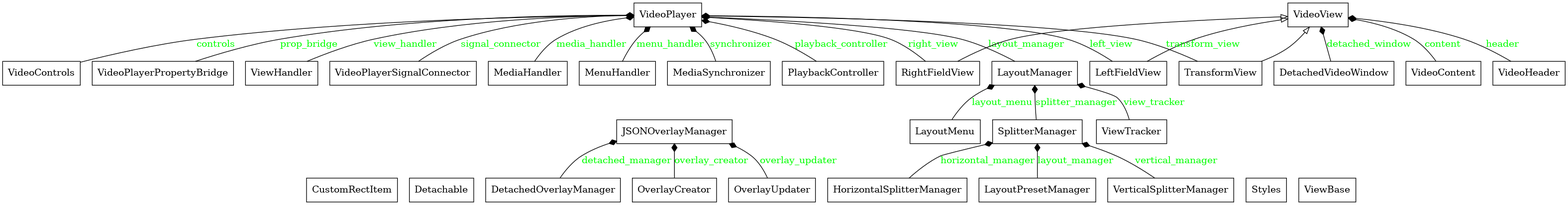
Earlier version of the Graphviz export diagrams/classes_panel_simple.png (TunaCuma/fieldstats-manuel-panel). Its source is kept beside it as diagrams/classes_panel_simple.dot.
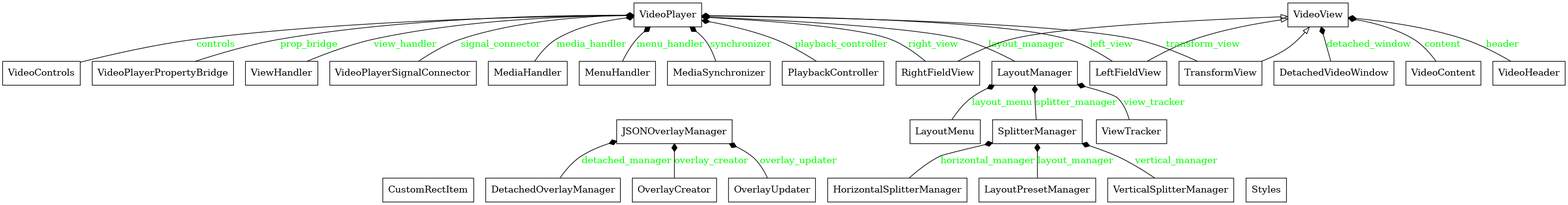
After the commit.

The edit, as a diff of the source:
```diff
@@ -2,61 +2,59 @@
 rankdir=BT
 charset="utf-8"
 "panel.overlay.custom_rect_item.CustomRectItem" [color="black", fontcolor="black", label=<CustomRectItem>, shape="record", style="solid"];
-"panel.video.detachable.Detachable" [color="black", fontcolor="black", label=<Detachable>, shape="record", style="solid"];
 "panel.overlay.detached_overlay_manager.DetachedOverlayManager" [color="black", fontcolor="black", label=<DetachedOverlayManager>, shape="record", style="solid"];
-"panel.video.detached_video_window.DetachedVideoWindow" [color="black", fontcolor="black", label=<DetachedVideoWindow>, shape="record", style="solid"];
-"panel.video.horizontal_splitter.HorizontalSplitterManager" [color="black", fontcolor="black", label=<HorizontalSplitterManager>, shape="record", style="solid"];
+"panel.video.ui.detached_video_window.DetachedVideoWindow" [color="black", fontcolor="black", label=<DetachedVideoWindow>, shape="record", style="solid"];
+"panel.video.layout.splitter.horizontal_splitter.HorizontalSplitterManager" [color="black", fontcolor="black", label=<HorizontalSplitterManager>, shape="record", style="solid"];
 "panel.overlay.jsonoverlay_manager.JSONOverlayManager" [color="black", fontcolor="black", label=<JSONOverlayManager>, shape="record", style="solid"];
-"panel.video.layout_manager.LayoutManager" [color="black", fontcolor="black", label=<LayoutManager>, shape="record", style="solid"];
-"panel.video.layout_menu.LayoutMenu" [color="black", fontcolor="black", label=<LayoutMenu>, shape="record", style="solid"];
-"panel.video.layout_preset_manager.LayoutPresetManager" [color="black", fontcolor="black", label=<LayoutPresetManager>, shape="record", style="solid"];
-"panel.video.video_view_subclasses.LeftFieldView" [color="black", fontcolor="black", label=<LeftFieldView>, shape="record", style="solid"];
-"panel.video.media_handler.MediaHandler" [color="black", fontcolor="black", label=<MediaHandler>, shape="record", style="solid"];
-"panel.video.media_synchronizer.MediaSynchronizer" [color="black", fontcolor="black", label=<MediaSynchronizer>, shape="record", style="solid"];
-"panel.video.menu_handler.MenuHandler" [color="black", fontcolor="black", label=<MenuHandler>, shape="record", style="solid"];
+"panel.video.layout.layout_manager.LayoutManager" [color="black", fontcolor="black", label=<LayoutManager>, shape="record", style="solid"];
+"panel.video.layout.layout_menu.LayoutMenu" [color="black", fontcolor="black", label=<LayoutMenu>, shape="record", style="solid"];
+"panel.video.layout.splitter.layout_preset_manager.LayoutPresetManager" [color="black", fontcolor="black", label=<LayoutPresetManager>, shape="record", style="solid"];
+"panel.video.ui.video_view_subclasses.LeftFieldView" [color="black", fontcolor="black", label=<LeftFieldView>, shape="record", style="solid"];
+"panel.video.handlers.media_handler.MediaHandler" [color="black", fontcolor="black", label=<MediaHandler>, shape="record", style="solid"];
+"panel.video.utils.media_synchronizer.MediaSynchronizer" [color="black", fontcolor="black", label=<MediaSynchronizer>, shape="record", style="solid"];
+"panel.video.handlers.menu_handler.MenuHandler" [color="black", fontcolor="black", label=<MenuHandler>, shape="record", style="solid"];
 "panel.overlay.overlay_creator.OverlayCreator" [color="black", fontcolor="black", label=<OverlayCreator>, shape="record", style="solid"];
 "panel.overlay.overlay_updater.OverlayUpdater" [color="black", fontcolor="black", label=<OverlayUpdater>, shape="record", style="solid"];
-"panel.video.playback_controller.PlaybackController" [color="black", fontcolor="black", label=<PlaybackController>, shape="record", style="solid"];
-"panel.video.video_view_subclasses.RightFieldView" [color="black", fontcolor="black", label=<RightFieldView>, shape="record", style="solid"];
-"panel.video.splitter_manager.SplitterManager" [color="black", fontcolor="black", label=<SplitterManager>, shape="record", style="solid"];
-"panel.video.styles.Styles" [color="black", fontcolor="black", label=<Styles>, shape="record", style="solid"];
-"panel.video.video_view_subclasses.TransformView" [color="black", fontcolor="black", label=<TransformView>, shape="record", style="solid"];
-"panel.video.vertical_splitter.VerticalSplitterManager" [color="black", fontcolor="black", label=<VerticalSplitterManager>, shape="record", style="solid"];
-"panel.video.video_content.VideoContent" [color="black", fontcolor="black", label=<VideoContent>, shape="record", style="solid"];
-"panel.video.video_controls.VideoControls" [color="black", fontcolor="black", label=<VideoControls>, shape="record", style="solid"];
-"panel.video.video_header.VideoHeader" [color="black", fontcolor="black", label=<VideoHeader>, shape="record", style="solid"];
+"panel.video.handlers.playback_controller.PlaybackController" [color="black", fontcolor="black", label=<PlaybackController>, shape="record", style="solid"];
+"panel.video.ui.video_view_subclasses.RightFieldView" [color="black", fontcolor="black", label=<RightFieldView>, shape="record", style="solid"];
+"panel.video.layout.splitter.splitter_manager.SplitterManager" [color="black", fontcolor="black", label=<SplitterManager>, shape="record", style="solid"];
+"panel.video.layout.splitter.styles.Styles" [color="black", fontcolor="black", label=<Styles>, shape="record", style="solid"];
+"panel.video.ui.video_view_subclasses.TransformView" [color="black", fontcolor="black", label=<TransformView>, shape="record", style="solid"];
+"panel.video.layout.splitter.vertical_splitter.VerticalSplitterManager" [color="black", fontcolor="black", label=<VerticalSplitterManager>, shape="record", style="solid"];
+"panel.video.ui.video_content.VideoContent" [color="black", fontcolor="black", label=<VideoContent>, shape="record", style="solid"];
+"panel.video.ui.video_controls.VideoControls" [color="black", fontcolor="black", label=<VideoControls>, shape="record", style="solid"];
+"panel.video.ui.video_header.VideoHeader" [color="black", fontcolor="black", label=<VideoHeader>, shape="record", style="solid"];
 "panel.video.video_player.VideoPlayer" [color="black", fontcolor="black", label=<VideoPlayer>, shape="record", style="solid"];
-"panel.video.video_player_property_bridge.VideoPlayerPropertyBridge" [color="black", fontcolor="black", label=<VideoPlayerPropertyBridge>, shape="record", style="solid"];
-"panel.video.video_player_signal_connector.VideoPlayerSignalConnector" [color="black", fontcolor="black", label=<VideoPlayerSignalConnector>, shape="record", style="solid"];
-"panel.video.video_view.VideoView" [color="black", fontcolor="black", label=<VideoView>, shape="record", style="solid"];
-"panel.video.view_base.ViewBase" [color="black", fontcolor="black", label=<ViewBase>, shape="record", style="solid"];
-"panel.video.view_handler.ViewHandler" [color="black", fontcolor="black", label=<ViewHandler>, shape="record", style="solid"];
-"panel.video.view_tracker.ViewTracker" [color="black", fontcolor="black", label=<ViewTracker>, shape="record", style="solid"];
-"panel.video.video_view_subclasses.LeftFieldView" -> "panel.video.video_view.VideoView" [arrowhead="empty", arrowtail="none"];
-"panel.video.video_view_subclasses.RightFieldView" -> "panel.video.video_view.VideoView" [arrowhead="empty", arrowtail="none"];
-"panel.video.video_view_subclasses.TransformView" -> "panel.video.video_view.VideoView" [arrowhead="empty", arrowtail="none"];
+"panel.video.player.video_player_property_bridge.VideoPlayerPropertyBridge" [color="black", fontcolor="black", label=<VideoPlayerPropertyBridge>, shape="record", style="solid"];
+"panel.video.player.video_player_signal_connector.VideoPlayerSignalConnector" [color="black", fontcolor="black", label=<VideoPlayerSignalConnector>, shape="record", style="solid"];
+"panel.video.ui.video_view.VideoView" [color="black", fontcolor="black", label=<VideoView>, shape="record", style="solid"];
+"panel.video.handlers.view_handler.ViewHandler" [color="black", fontcolor="black", label=<ViewHandler>, shape="record", style="solid"];
+"panel.video.layout.view_tracker.ViewTracker" [color="black", fontcolor="black", label=<ViewTracker>, shape="record", style="solid"];
+"panel.video.ui.video_view_subclasses.LeftFieldView" -> "panel.video.ui.video_view.VideoView" [arrowhead="empty", arrowtail="none"];
+"panel.video.ui.video_view_subclasses.RightFieldView" -> "panel.video.ui.video_view.VideoView" [arrowhead="empty", arrowtail="none"];
+"panel.video.ui.video_view_subclasses.TransformView" -> "panel.video.ui.video_view.VideoView" [arrowhead="empty", arrowtail="none"];
 "panel.overlay.detached_overlay_manager.DetachedOverlayManager" -> "panel.overlay.jsonoverlay_manager.JSONOverlayManager" [arrowhead="diamond", arrowtail="none", fontcolor="green", label="detached_manager", style="solid"];
 "panel.overlay.overlay_creator.OverlayCreator" -> "panel.overlay.jsonoverlay_manager.JSONOverlayManager" [arrowhead="diamond", arrowtail="none", fontcolor="green", label="overlay_creator", style="solid"];
 "panel.overlay.overlay_updater.OverlayUpdater" -> "panel.overlay.jsonoverlay_manager.JSONOverlayManager" [arrowhead="diamond", arrowtail="none", fontcolor="green", label="overlay_updater", style="solid"];
-"panel.video.detached_video_window.DetachedVideoWindow" -> "panel.video.video_view.VideoView" [arrowhead="diamond", arrowtail="none", fontcolor="green", label="detached_window", style="solid"];
-"panel.video.horizontal_splitter.HorizontalSplitterManager" -> "panel.video.splitter_manager.SplitterManager" [arrowhead="diamond", arrowtail="none", fontcolor="green", label="horizontal_manager", style="solid"];
-"panel.video.layout_manager.LayoutManager" -> "panel.video.video_player.VideoPlayer" [arrowhead="diamond", arrowtail="none", fontcolor="green", label="layout_manager", style="solid"];
-"panel.video.layout_menu.LayoutMenu" -> "panel.video.layout_manager.LayoutManager" [arrowhead="diamond", arrowtail="none", fontcolor="green", label="layout_menu", style="solid"];
-"panel.video.layout_preset_manager.LayoutPresetManager" -> "panel.video.splitter_manager.SplitterManager" [arrowhead="diamond", arrowtail="none", fontcolor="green", label="layout_manager", style="solid"];
-"panel.video.media_handler.MediaHandler" -> "panel.video.video_player.VideoPlayer" [arrowhead="diamond", arrowtail="none", fontcolor="green", label="media_handler", style="solid"];
-"panel.video.media_synchronizer.MediaSynchronizer" -> "panel.video.video_player.VideoPlayer" [arrowhead="diamond", arrowtail="none", fontcolor="green", label="synchronizer", style="solid"];
-"panel.video.menu_handler.MenuHandler" -> "panel.video.video_player.VideoPlayer" [arrowhead="diamond", arrowtail="none", fontcolor="green", label="menu_handler", style="solid"];
-"panel.video.playback_controller.PlaybackController" -> "panel.video.video_player.VideoPlayer" [arrowhead="diamond", arrowtail="none", fontcolor="green", label="playback_controller", style="solid"];
-"panel.video.splitter_manager.SplitterManager" -> "panel.video.layout_manager.LayoutManager" [arrowhead="diamond", arrowtail="none", fontcolor="green", label="splitter_manager", style="solid"];
-"panel.video.vertical_splitter.VerticalSplitterManager" -> "panel.video.splitter_manager.SplitterManager" [arrowhead="diamond", arrowtail="none", fontcolor="green", label="vertical_manager", style="solid"];
-"panel.video.video_content.VideoContent" -> "panel.video.video_view.VideoView" [arrowhead="diamond", arrowtail="none", fontcolor="green", label="content", style="solid"];
-"panel.video.video_controls.VideoControls" -> "panel.video.video_player.VideoPlayer" [arrowhead="diamond", arrowtail="none", fontcolor="green", label="controls", style="solid"];
-"panel.video.video_header.VideoHeader" -> "panel.video.video_view.VideoView" [arrowhead="diamond", arrowtail="none", fontcolor="green", label="header", style="solid"];
-"panel.video.video_player_property_bridge.VideoPlayerPropertyBridge" -> "panel.video.video_player.VideoPlayer" [arrowhead="diamond", arrowtail="none", fontcolor="green", label="prop_bridge", style="solid"];
-"panel.video.video_player_signal_connector.VideoPlayerSignalConnector" -> "panel.video.video_player.VideoPlayer" [arrowhead="diamond", arrowtail="none", fontcolor="green", label="signal_connector", style="solid"];
-"panel.video.video_view_subclasses.LeftFieldView" -> "panel.video.video_player.VideoPlayer" [arrowhead="diamond", arrowtail="none", fontcolor="green", label="left_view", style="solid"];
-"panel.video.video_view_subclasses.RightFieldView" -> "panel.video.video_player.VideoPlayer" [arrowhead="diamond", arrowtail="none", fontcolor="green", label="right_view", style="solid"];
-"panel.video.video_view_subclasses.TransformView" -> "panel.video.video_player.VideoPlayer" [arrowhead="diamond", arrowtail="none", fontcolor="green", label="transform_view", style="solid"];
-"panel.video.view_handler.ViewHandler" -> "panel.video.video_player.VideoPlayer" [arrowhead="diamond", arrowtail="none", fontcolor="green", label="view_handler", style="solid"];
-"panel.video.view_tracker.ViewTracker" -> "panel.video.layout_manager.LayoutManager" [arrowhead="diamond", arrowtail="none", fontcolor="green", label="view_tracker", style="solid"];
+"panel.video.handlers.media_handler.MediaHandler" -> "panel.video.video_player.VideoPlayer" [arrowhead="diamond", arrowtail="none", fontcolor="green", label="media_handler", style="solid"];
+"panel.video.handlers.menu_handler.MenuHandler" -> "panel.video.video_player.VideoPlayer" [arrowhead="diamond", arrowtail="none", fontcolor="green", label="menu_handler", style="solid"];
+"panel.video.handlers.playback_controller.PlaybackController" -> "panel.video.video_player.VideoPlayer" [arrowhead="diamond", arrowtail="none", fontcolor="green", label="playback_controller", style="solid"];
+"panel.video.handlers.view_handler.ViewHandler" -> "panel.video.video_player.VideoPlayer" [arrowhead="diamond", arrowtail="none", fontcolor="green", label="view_handler", style="solid"];
+"panel.video.layout.layout_manager.LayoutManager" -> "panel.video.video_player.VideoPlayer" [arrowhead="diamond", arrowtail="none", fontcolor="green", label="layout_manager", style="solid"];
+"panel.video.layout.layout_menu.LayoutMenu" -> "panel.video.layout.layout_manager.LayoutManager" [arrowhead="diamond", arrowtail="none", fontcolor="green", label="layout_menu", style="solid"];
+"panel.video.layout.splitter.horizontal_splitter.HorizontalSplitterManager" -> "panel.video.layout.splitter.splitter_manager.SplitterManager" [arrowhead="diamond", arrowtail="none", fontcolor="green", label="horizontal_manager", style="solid"];
+"panel.video.layout.splitter.layout_preset_manager.LayoutPresetManager" -> "panel.video.layout.splitter.splitter_manager.SplitterManager" [arrowhead="diamond", arrowtail="none", fontcolor="green", label="layout_manager", style="solid"];
+"panel.video.layout.splitter.splitter_manager.SplitterManager" -> "panel.video.layout.layout_manager.LayoutManager" [arrowhead="diamond", arrowtail="none", fontcolor="green", label="splitter_manager", style="solid"];
+"panel.video.layout.splitter.vertical_splitter.VerticalSplitterManager" -> "panel.video.layout.splitter.splitter_manager.SplitterManager" [arrowhead="diamond", arrowtail="none", fontcolor="green", label="vertical_manager", style="solid"];
+"panel.video.layout.view_tracker.ViewTracker" -> "panel.video.layout.layout_manager.LayoutManager" [arrowhead="diamond", arrowtail="none", fontcolor="green", label="view_tracker", style="solid"];
+"panel.video.player.video_player_property_bridge.VideoPlayerPropertyBridge" -> "panel.video.video_player.VideoPlayer" [arrowhead="diamond", arrowtail="none", fontcolor="green", label="prop_bridge", style="solid"];
+"panel.video.player.video_player_signal_connector.VideoPlayerSignalConnector" -> "panel.video.video_player.VideoPlayer" [arrowhead="diamond", arrowtail="none", fontcolor="green", label="signal_connector", style="solid"];
+"panel.video.ui.detached_video_window.DetachedVideoWindow" -> "panel.video.ui.video_view.VideoView" [arrowhead="diamond", arrowtail="none", fontcolor="green", label="detached_window", style="solid"];
+"panel.video.ui.video_content.VideoContent" -> "panel.video.ui.video_view.VideoView" [arrowhead="diamond", arrowtail="none", fontcolor="green", label="content", style="solid"];
+"panel.video.ui.video_controls.VideoControls" -> "panel.video.video_player.VideoPlayer" [arrowhead="diamond", arrowtail="none", fontcolor="green", label="controls", style="solid"];
+"panel.video.ui.video_header.VideoHeader" -> "panel.video.ui.video_view.VideoView" [arrowhead="diamond", arrowtail="none", fontcolor="green", label="header", style="solid"];
+"panel.video.ui.video_view_subclasses.LeftFieldView" -> "panel.video.video_player.VideoPlayer" [arrowhead="diamond", arrowtail="none", fontcolor="green", label="left_view", style="solid"];
+"panel.video.ui.video_view_subclasses.RightFieldView" -> "panel.video.video_player.VideoPlayer" [arrowhead="diamond", arrowtail="none", fontcolor="green", label="right_view", style="solid"];
+"panel.video.ui.video_view_subclasses.TransformView" -> "panel.video.video_player.VideoPlayer" [arrowhead="diamond", arrowtail="none", fontcolor="green", label="transform_view", style="solid"];
+"panel.video.utils.media_synchronizer.MediaSynchronizer" -> "panel.video.video_player.VideoPlayer" [arrowhead="diamond", arrowtail="none", fontcolor="green", label="synchronizer", style="solid"];
 }
```
